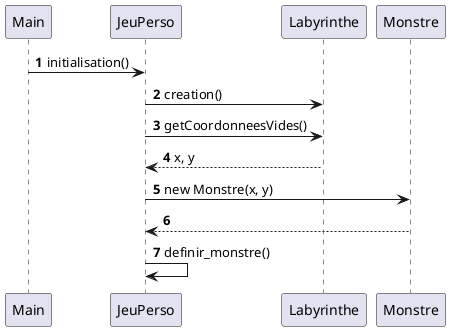
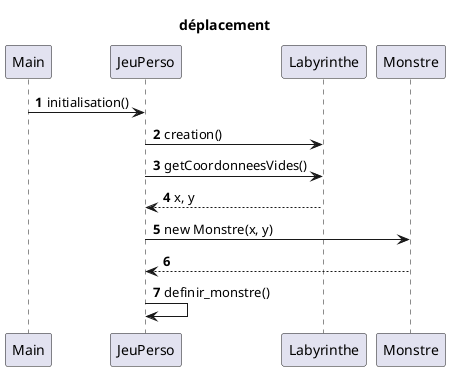
@startuml
'https://plantuml.com/sequence-diagram

autonumber


@startuml
+ title déplacement
autonumber

Main -> JeuPerso: initialisation()
JeuPerso -> Labyrinthe: creation()


JeuPerso -> Labyrinthe: getCoordonneesVides()
Labyrinthe --> JeuPerso: x, y


JeuPerso -> Monstre: new Monstre(x, y)
JeuPerso <-- Monstre:
JeuPerso -> JeuPerso: definir_monstre()

@enduml